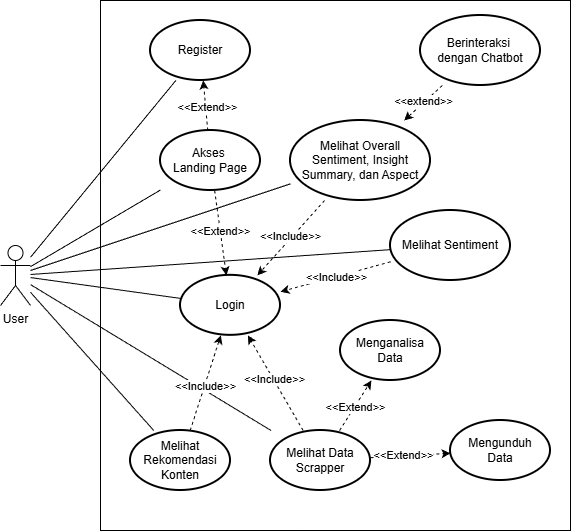
The draw.io diagram gambar/usecase-TA.png in NasFahmi/Laporan-Tugas-Akhir, before a commit. Source tidied: cells renumbered, new cells last; positions are measured from the earlier drawing's top-left corner, leaving out a move shared by most shapes.
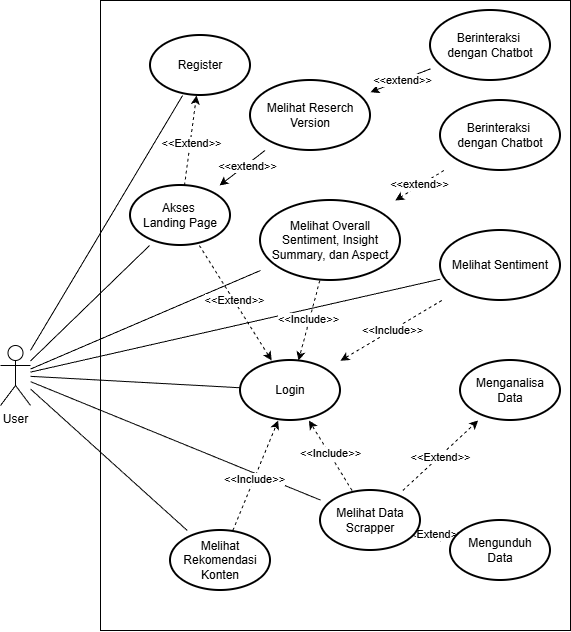
After the change.

What changed in the source:
```diff
@@ -3,7 +3,7 @@
     <mxCell id="0" />
     <mxCell id="1" parent="0" />
     <mxCell id="2" style="rounded=0;whiteSpace=wrap;html=1;fillColor=none;" parent="1" vertex="1">
-      <mxGeometry x="100" width="470" height="530" as="geometry" />
+      <mxGeometry x="100" y="-100" width="470" height="630" as="geometry" />
     </mxCell>
     <mxCell id="3" style="rounded=0;jettySize=auto;html=1;strokeColor=default;endArrow=none;endFill=0;" parent="1" edge="1" source="9" target="25">
       <mxGeometry relative="1" as="geometry" />
@@ -39,7 +39,7 @@
       <mxGeometry x="-0.01" relative="1" as="geometry" />
     </mxCell>
     <mxCell id="14" value="Melihat Sentiment" style="strokeWidth=2;html=1;shape=mxgraph.flowchart.start_1;whiteSpace=wrap;" parent="1" vertex="1">
-      <mxGeometry x="390" y="210" width="120" height="70" as="geometry" />
+      <mxGeometry x="440" y="130" width="120" height="70" as="geometry" />
     </mxCell>
     <mxCell id="15" style="rounded=0;jettySize=auto;html=1;dashed=1;" parent="1" edge="1" source="17" target="25">
       <mxGeometry relative="1" as="geometry" />
@@ -48,7 +48,7 @@
       <mxGeometry x="-0.06" relative="1" as="geometry" />
     </mxCell>
     <mxCell id="17" value="Melihat Rekomendasi Konten" style="strokeWidth=2;html=1;shape=mxgraph.flowchart.start_1;whiteSpace=wrap;" parent="1" vertex="1">
-      <mxGeometry x="130" y="430" width="100" height="60" as="geometry" />
+      <mxGeometry x="170" y="430" width="100" height="60" as="geometry" />
     </mxCell>
     <mxCell id="18" style="rounded=0;jettySize=auto;html=1;dashed=1;" parent="1" edge="1" source="24" target="25">
       <mxGeometry relative="1" as="geometry" />
@@ -71,22 +71,22 @@
       </mxGeometry>
     </mxCell>
     <mxCell id="24" value="Melihat Data Scrapper" style="strokeWidth=2;html=1;shape=mxgraph.flowchart.start_1;whiteSpace=wrap;" parent="1" vertex="1">
-      <mxGeometry x="270" y="430" width="100" height="60" as="geometry" />
+      <mxGeometry x="320" y="390" width="100" height="60" as="geometry" />
     </mxCell>
     <mxCell id="25" value="Login" style="strokeWidth=2;html=1;shape=mxgraph.flowchart.start_1;whiteSpace=wrap;" parent="1" vertex="1">
-      <mxGeometry x="180" y="274.8" width="100" height="60" as="geometry" />
+      <mxGeometry x="240" y="260" width="100" height="60" as="geometry" />
     </mxCell>
     <mxCell id="26" value="Register" style="strokeWidth=2;html=1;shape=mxgraph.flowchart.start_1;whiteSpace=wrap;" parent="1" vertex="1">
-      <mxGeometry x="150" y="20" width="100" height="60" as="geometry" />
+      <mxGeometry x="150" y="-65" width="100" height="60" as="geometry" />
     </mxCell>
     <mxCell id="27" value="Mengunduh&lt;div&gt;&lt;span style=&quot;background-color: transparent; color: light-dark(rgb(0, 0, 0), rgb(255, 255, 255));&quot;&gt;Data&lt;/span&gt;&lt;/div&gt;" style="strokeWidth=2;html=1;shape=mxgraph.flowchart.start_1;whiteSpace=wrap;" parent="1" vertex="1">
       <mxGeometry x="450" y="420" width="100" height="60" as="geometry" />
     </mxCell>
     <mxCell id="28" value="Menganalisa&lt;div&gt;Data&lt;/div&gt;" style="strokeWidth=2;html=1;shape=mxgraph.flowchart.start_1;whiteSpace=wrap;" parent="1" vertex="1">
-      <mxGeometry x="340" y="320" width="100" height="60" as="geometry" />
+      <mxGeometry x="460" y="260" width="100" height="60" as="geometry" />
     </mxCell>
     <mxCell id="29" value="Melihat Overall Sentiment, Insight Summary, dan Aspect" style="strokeWidth=2;html=1;shape=mxgraph.flowchart.start_1;whiteSpace=wrap;" parent="1" vertex="1">
-      <mxGeometry x="290" y="120" width="140" height="80" as="geometry" />
+      <mxGeometry x="260" y="100" width="140" height="80" as="geometry" />
     </mxCell>
     <mxCell id="30" style="rounded=0;jettySize=auto;html=1;dashed=1;" parent="1" edge="1" source="35" target="26">
       <mxGeometry relative="1" as="geometry" />
@@ -104,10 +104,10 @@
       <mxGeometry relative="1" as="geometry" />
     </mxCell>
     <mxCell id="35" value="Akses&amp;nbsp;&lt;div&gt;Landing Page&lt;/div&gt;" style="strokeWidth=2;html=1;shape=mxgraph.flowchart.start_1;whiteSpace=wrap;" parent="1" vertex="1">
-      <mxGeometry x="160" y="130" width="100" height="60" as="geometry" />
+      <mxGeometry x="130" y="85" width="100" height="60" as="geometry" />
     </mxCell>
     <mxCell id="36" value="Berinteraksi&amp;nbsp;&lt;div&gt;dengan&amp;nbsp;&lt;span style=&quot;background-color: transparent; color: light-dark(rgb(0, 0, 0), rgb(255, 255, 255));&quot;&gt;Chatbot&lt;/span&gt;&lt;/div&gt;" style="strokeWidth=2;html=1;shape=mxgraph.flowchart.start_1;whiteSpace=wrap;" parent="1" vertex="1">
-      <mxGeometry x="420" y="15" width="120" height="70" as="geometry" />
+      <mxGeometry x="440" width="120" height="70" as="geometry" />
     </mxCell>
     <mxCell id="37" style="rounded=0;jettySize=auto;html=1;dashed=1;" parent="1" edge="1" source="36" target="29">
       <mxGeometry relative="1" as="geometry" />
@@ -115,5 +115,23 @@
     <mxCell id="38" value="&amp;lt;&amp;lt;extend&amp;gt;&amp;gt;" style="edgeLabel;html=1;align=center;verticalAlign=middle;" parent="37" vertex="1">
       <mxGeometry x="-0.03" y="-2" relative="1" as="geometry" />
     </mxCell>
+    <mxCell id="39" style="rounded=0;jettySize=auto;html=1;" parent="1" edge="1" source="41" target="35">
+      <mxGeometry relative="1" as="geometry" />
+    </mxCell>
+    <mxCell id="40" value="&amp;lt;&amp;lt;extend&amp;gt;&amp;gt;" style="edgeLabel;html=1;align=center;verticalAlign=middle;" parent="39" vertex="1">
+      <mxGeometry x="-0.18" y="1" relative="1" as="geometry" />
+    </mxCell>
+    <mxCell id="41" value="Melihat Reserch Version" style="strokeWidth=2;html=1;shape=mxgraph.flowchart.start_1;whiteSpace=wrap;" parent="1" vertex="1">
+      <mxGeometry x="250" y="-20" width="120" height="70" as="geometry" />
+    </mxCell>
+    <mxCell id="42" style="rounded=0;jettySize=auto;html=1;" parent="1" edge="1" source="44" target="41">
+      <mxGeometry relative="1" as="geometry" />
+    </mxCell>
+    <mxCell id="43" value="&amp;lt;&amp;lt;extend&amp;gt;&amp;gt;" style="edgeLabel;html=1;align=center;verticalAlign=middle;" parent="42" vertex="1">
+      <mxGeometry x="-0.05" relative="1" as="geometry" />
+    </mxCell>
+    <mxCell id="44" value="Berinteraksi&amp;nbsp;&lt;div&gt;dengan&amp;nbsp;&lt;span style=&quot;background-color: transparent; color: light-dark(rgb(0, 0, 0), rgb(255, 255, 255));&quot;&gt;Chatbot&lt;/span&gt;&lt;/div&gt;" style="strokeWidth=2;html=1;shape=mxgraph.flowchart.start_1;whiteSpace=wrap;" parent="1" vertex="1">
+      <mxGeometry x="430" y="-90" width="120" height="70" as="geometry" />
+    </mxCell>
   </root>
 </mxGraphModel>
```
